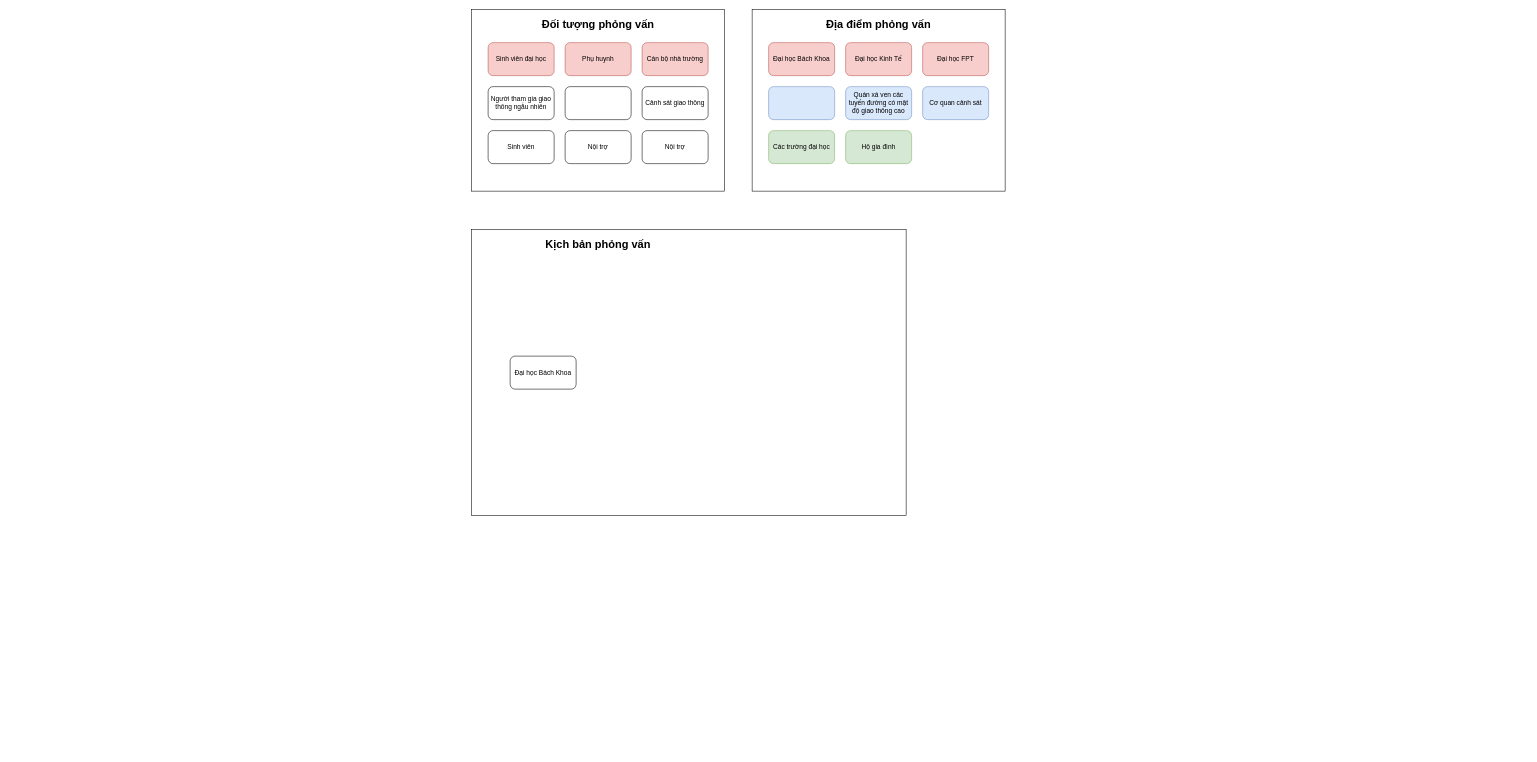
The draw.io diagram Untitled Diagram.drawio in lukas0173/Draw.io, before the edit. Source tidied: cells renumbered, new cells numbered last; positions are measured from the earlier drawing's top-left corner, leaving out a move shared by most shapes. Both pictures are drawn from the tidied source at 55%, with x=0, y=0 at pixel (471, 9).
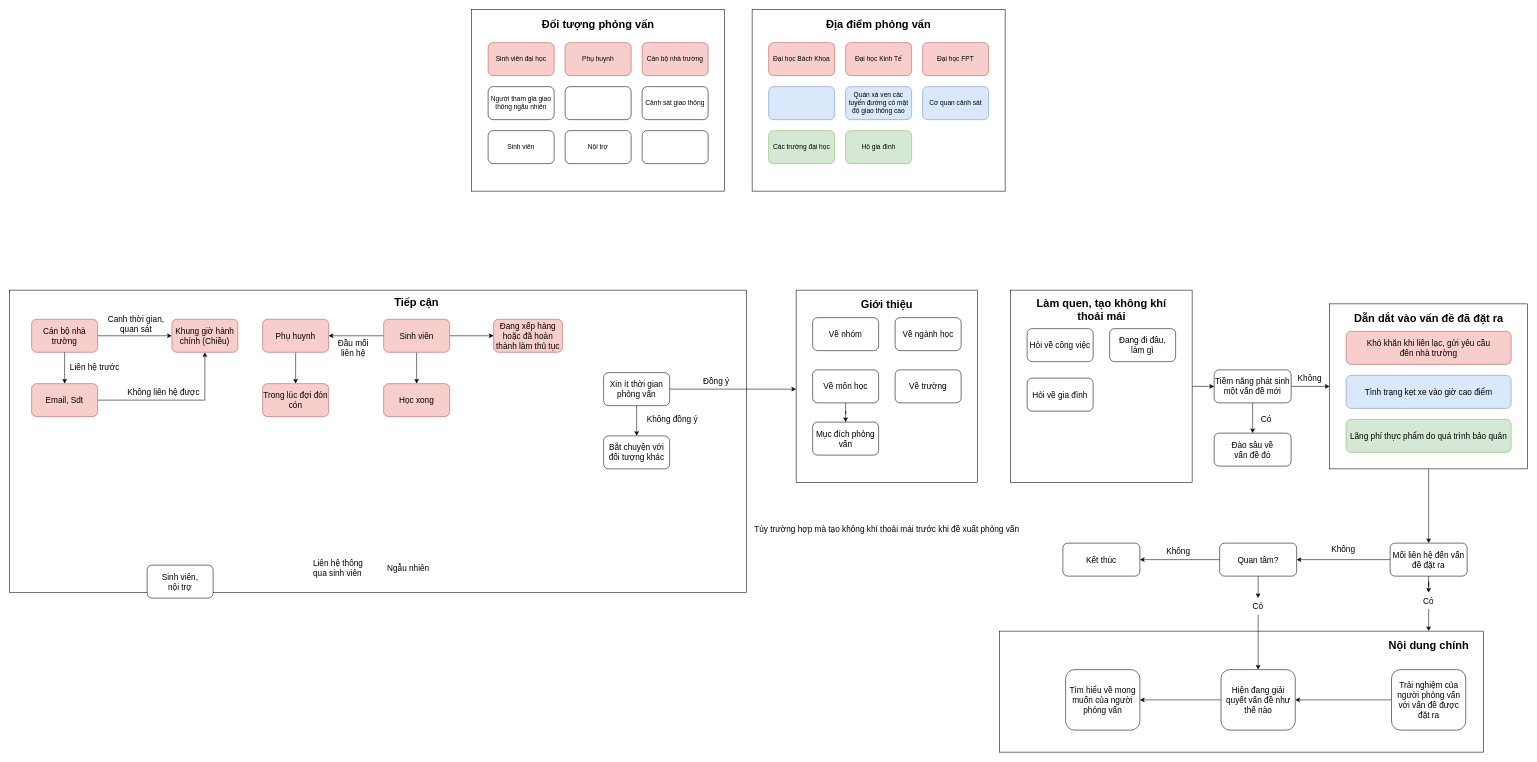
After the change.

The edit, as a diff of the source:
```diff
@@
-    <mxCell id="2" style="rounded=0;whiteSpace=wrap;html=1;" parent="1" vertex="1">
-      <mxGeometry y="400" width="790" height="520" as="geometry" />
-    </mxCell>
@@
-    <mxCell id="23" value="Nội trợ" style="rounded=1;whiteSpace=wrap;html=1;" parent="1" vertex="1">
+    <mxCell id="23" style="rounded=1;whiteSpace=wrap;html=1;" parent="1" vertex="1">
       <mxGeometry x="310" y="220" width="120" height="60" as="geometry" />
     </mxCell>
-    <mxCell id="24" value="&lt;span style=&quot;font-size: 20px;&quot;&gt;Kịch bản phỏng vấn&lt;/span&gt;" style="text;html=1;align=center;verticalAlign=middle;whiteSpace=wrap;rounded=0;fontStyle=1;" parent="1" vertex="1">
-      <mxGeometry x="120" y="410" width="220" height="30" as="geometry" />
-    </mxCell>
-    <mxCell id="25" value="Đại học Bách Khoa" style="rounded=1;whiteSpace=wrap;html=1;" parent="1" vertex="1">
-      <mxGeometry x="70" y="630" width="120" height="60" as="geometry" />
-    </mxCell>
+    <mxCell id="26" style="rounded=0;whiteSpace=wrap;html=1;" parent="1" vertex="1">
+      <mxGeometry x="-840" y="510" width="1340" height="550" as="geometry" />
+    </mxCell>
+    <mxCell id="27" value="&lt;span style=&quot;font-size: 20px;&quot;&gt;Tiếp cận&lt;/span&gt;" style="text;html=1;align=center;verticalAlign=middle;whiteSpace=wrap;rounded=0;fontStyle=1;" parent="1" vertex="1">
+      <mxGeometry x="-210" y="516" width="220" height="30" as="geometry" />
+    </mxCell>
+    <mxCell id="28" value="Sinh viên,&lt;div&gt;nội trợ&lt;/div&gt;" style="rounded=1;whiteSpace=wrap;html=1;fontSize=15;" parent="1" vertex="1">
+      <mxGeometry x="-590" y="1010" width="120" height="60" as="geometry" />
+    </mxCell>
+    <mxCell id="29" style="edgeStyle=orthogonalEdgeStyle;rounded=0;jettySize=auto;html=1;" parent="1" edge="1" source="30" target="98">
+      <mxGeometry relative="1" as="geometry" />
+    </mxCell>
+    <mxCell id="30" value="Phụ huynh" style="rounded=1;whiteSpace=wrap;html=1;fontSize=15;fillColor=#f8cecc;strokeColor=#b85450;" parent="1" vertex="1">
+      <mxGeometry x="-380" y="563" width="120" height="60" as="geometry" />
+    </mxCell>
+    <mxCell id="31" value="Ngẫu nhiên" style="text;html=1;align=center;verticalAlign=middle;whiteSpace=wrap;rounded=0;fontSize=15;" parent="1" vertex="1">
+      <mxGeometry x="-170" y="1000" width="110" height="30" as="geometry" />
+    </mxCell>
+    <mxCell id="32" value="Liên hệ thông qua sinh viên" style="text;html=1;align=left;verticalAlign=middle;whiteSpace=wrap;rounded=0;fontSize=15;" parent="1" vertex="1">
+      <mxGeometry x="-290" y="1000" width="110" height="30" as="geometry" />
+    </mxCell>
+    <mxCell id="33" value="Đầu mối&lt;div&gt;liên hệ&lt;/div&gt;" style="text;html=1;align=center;verticalAlign=middle;whiteSpace=wrap;rounded=0;fontSize=15;" parent="1" vertex="1">
+      <mxGeometry x="-270" y="600" width="110" height="30" as="geometry" />
+    </mxCell>
+    <mxCell id="34" style="rounded=0;whiteSpace=wrap;html=1;" parent="1" vertex="1">
+      <mxGeometry x="590" y="510" width="330" height="350" as="geometry" />
+    </mxCell>
+    <mxCell id="35" value="&lt;span style=&quot;font-size: 20px;&quot;&gt;Giới thiệu&lt;/span&gt;" style="text;html=1;align=center;verticalAlign=middle;whiteSpace=wrap;rounded=0;fontStyle=1;" parent="1" vertex="1">
+      <mxGeometry x="645" y="520" width="220" height="30" as="geometry" />
+    </mxCell>
+    <mxCell id="36" style="edgeStyle=orthogonalEdgeStyle;rounded=0;orthogonalLoop=1;jettySize=auto;html=1;entryX=0;entryY=0.5;entryDx=0;entryDy=0;" parent="1" edge="1">
+      <mxGeometry relative="1" as="geometry">
+        <mxPoint x="440" y="690" as="sourcePoint" />
+      </mxGeometry>
+    </mxCell>
+    <mxCell id="37" style="edgeStyle=orthogonalEdgeStyle;rounded=0;orthogonalLoop=1;jettySize=auto;html=1;entryX=0;entryY=0.5;entryDx=0;entryDy=0;" parent="1" edge="1">
+      <mxGeometry relative="1" as="geometry">
+        <mxPoint x="740" y="800" as="sourcePoint" />
+      </mxGeometry>
+    </mxCell>
+    <mxCell id="38" value="Về nhóm" style="rounded=1;whiteSpace=wrap;html=1;fontSize=15;" parent="1" vertex="1">
+      <mxGeometry x="620" y="560" width="120" height="60" as="geometry" />
+    </mxCell>
+    <mxCell id="39" value="Về ngành học" style="rounded=1;whiteSpace=wrap;html=1;fontSize=15;" parent="1" vertex="1">
+      <mxGeometry x="770" y="560" width="120" height="60" as="geometry" />
+    </mxCell>
+    <mxCell id="40" style="edgeStyle=orthogonalEdgeStyle;rounded=0;orthogonalLoop=1;jettySize=auto;html=1;entryX=0;entryY=0.5;entryDx=0;entryDy=0;" parent="1" edge="1">
+      <mxGeometry relative="1" as="geometry">
+        <mxPoint x="430" y="800" as="sourcePoint" />
+      </mxGeometry>
+    </mxCell>
+    <mxCell id="41" style="edgeStyle=orthogonalEdgeStyle;rounded=0;jettySize=auto;html=1;" parent="1" edge="1" source="43">
+      <mxGeometry relative="1" as="geometry">
+        <mxPoint x="590" y="690" as="targetPoint" />
+        <Array as="points">
+          <mxPoint x="590" y="690" />
+        </Array>
+      </mxGeometry>
+    </mxCell>
+    <mxCell id="42" style="edgeStyle=orthogonalEdgeStyle;rounded=0;jettySize=auto;html=1;" parent="1" edge="1" source="43" target="44">
+      <mxGeometry relative="1" as="geometry" />
+    </mxCell>
+    <mxCell id="43" value="Xin ít thời gian&lt;div&gt;&lt;span style=&quot;background-color: transparent; color: light-dark(rgb(0, 0, 0), rgb(255, 255, 255));&quot;&gt;phỏng vấn&lt;/span&gt;&lt;/div&gt;" style="rounded=1;whiteSpace=wrap;html=1;fontSize=15;" parent="1" vertex="1">
+      <mxGeometry x="240" y="660" width="120" height="60" as="geometry" />
+    </mxCell>
+    <mxCell id="44" value="Bắt chuyện với đối tượng khác" style="rounded=1;whiteSpace=wrap;html=1;fontSize=15;" parent="1" vertex="1">
+      <mxGeometry x="240" y="775" width="120" height="60" as="geometry" />
+    </mxCell>
+    <mxCell id="45" value="Đồng ý" style="text;html=1;align=center;verticalAlign=middle;whiteSpace=wrap;rounded=0;fontSize=15;" parent="1" vertex="1">
+      <mxGeometry x="390" y="660" width="110" height="30" as="geometry" />
+    </mxCell>
+    <mxCell id="46" value="Không đồng ý" style="text;html=1;align=center;verticalAlign=middle;whiteSpace=wrap;rounded=0;fontSize=15;" parent="1" vertex="1">
+      <mxGeometry x="310" y="730" width="110" height="30" as="geometry" />
+    </mxCell>
+    <mxCell id="47" value="Về trường" style="rounded=1;whiteSpace=wrap;html=1;fontSize=15;" parent="1" vertex="1">
+      <mxGeometry x="770" y="655" width="120" height="60" as="geometry" />
+    </mxCell>
+    <mxCell id="48" style="edgeStyle=orthogonalEdgeStyle;rounded=0;jettySize=auto;html=1;" parent="1" edge="1" source="49" target="50">
+      <mxGeometry relative="1" as="geometry" />
+    </mxCell>
+    <mxCell id="49" value="Về môn học" style="rounded=1;whiteSpace=wrap;html=1;fontSize=15;" parent="1" vertex="1">
+      <mxGeometry x="620" y="655" width="120" height="60" as="geometry" />
+    </mxCell>
+    <mxCell id="50" value="Mục đích phỏng vấn" style="rounded=1;whiteSpace=wrap;html=1;fontSize=15;" parent="1" vertex="1">
+      <mxGeometry x="620" y="750" width="120" height="60" as="geometry" />
+    </mxCell>
+    <mxCell id="51" style="edgeStyle=orthogonalEdgeStyle;rounded=0;jettySize=auto;html=1;entryX=0;entryY=0.5;entryDx=0;entryDy=0;" parent="1" edge="1" source="52" target="66">
+      <mxGeometry relative="1" as="geometry" />
+    </mxCell>
+    <mxCell id="52" style="rounded=0;whiteSpace=wrap;html=1;" parent="1" vertex="1">
+      <mxGeometry x="980" y="510" width="330" height="350" as="geometry" />
+    </mxCell>
+    <mxCell id="53" value="&lt;span style=&quot;font-size: 20px;&quot;&gt;Làm quen, tạo không khí thoải mái&lt;/span&gt;" style="text;html=1;align=center;verticalAlign=middle;whiteSpace=wrap;rounded=0;fontStyle=1;" parent="1" vertex="1">
+      <mxGeometry x="1017.5" y="530" width="255" height="30" as="geometry" />
+    </mxCell>
+    <mxCell id="54" value="Hỏi về công việc" style="rounded=1;whiteSpace=wrap;html=1;fontSize=15;" parent="1" vertex="1">
+      <mxGeometry x="1010" y="580" width="120" height="60" as="geometry" />
+    </mxCell>
+    <mxCell id="55" value="Đang đi đâu,&lt;div&gt;làm gì&lt;/div&gt;" style="rounded=1;whiteSpace=wrap;html=1;fontSize=15;" parent="1" vertex="1">
+      <mxGeometry x="1160" y="580" width="120" height="60" as="geometry" />
+    </mxCell>
+    <mxCell id="56" value="Tùy trường hợp mà tạo không khí thoải mái trước khi đề xuất phỏng vấn" style="text;html=1;align=center;verticalAlign=middle;whiteSpace=wrap;rounded=0;fontSize=15;" parent="1" vertex="1">
+      <mxGeometry x="470" y="930" width="570" height="30" as="geometry" />
+    </mxCell>
+    <mxCell id="57" value="Hỏi về gia đình" style="rounded=1;whiteSpace=wrap;html=1;fontSize=15;" parent="1" vertex="1">
+      <mxGeometry x="1010" y="670" width="120" height="60" as="geometry" />
+    </mxCell>
+    <mxCell id="58" style="edgeStyle=orthogonalEdgeStyle;rounded=0;jettySize=auto;html=1;" parent="1" edge="1" source="59" target="76">
+      <mxGeometry relative="1" as="geometry" />
+    </mxCell>
+    <mxCell id="59" style="rounded=0;whiteSpace=wrap;html=1;" parent="1" vertex="1">
+      <mxGeometry x="1560" y="535" width="360" height="300" as="geometry" />
+    </mxCell>
+    <mxCell id="60" value="&lt;span style=&quot;font-size: 20px;&quot;&gt;Dẫn dắt vào vấn đề đã đặt ra&lt;/span&gt;" style="text;html=1;align=center;verticalAlign=middle;whiteSpace=wrap;rounded=0;fontStyle=1;" parent="1" vertex="1">
+      <mxGeometry x="1593.8" y="546" width="292.5" height="30" as="geometry" />
+    </mxCell>
+    <mxCell id="61" value="Khó khăn khi liên lạc, gửi yêu cầu&lt;div&gt;đến nhà trường&lt;/div&gt;" style="rounded=1;whiteSpace=wrap;html=1;fillColor=#f8cecc;strokeColor=#b85450;fontSize=15;" parent="1" vertex="1">
+      <mxGeometry x="1590" y="585" width="300" height="60" as="geometry" />
+    </mxCell>
+    <mxCell id="62" value="Lãng phí thực phẩm do quá trình bảo quản" style="rounded=1;whiteSpace=wrap;html=1;fillColor=#d5e8d4;strokeColor=#82b366;fontSize=15;" parent="1" vertex="1">
+      <mxGeometry x="1590" y="745" width="300" height="60" as="geometry" />
+    </mxCell>
+    <mxCell id="63" value="Tình trạng kẹt xe vào giờ cao điểm" style="rounded=1;whiteSpace=wrap;html=1;fillColor=#dae8fc;strokeColor=#6c8ebf;fontSize=15;" parent="1" vertex="1">
+      <mxGeometry x="1590" y="665" width="300" height="60" as="geometry" />
+    </mxCell>
+    <mxCell id="64" style="edgeStyle=orthogonalEdgeStyle;rounded=0;jettySize=auto;html=1;" parent="1" edge="1" source="66" target="67">
+      <mxGeometry relative="1" as="geometry" />
+    </mxCell>
+    <mxCell id="65" style="edgeStyle=orthogonalEdgeStyle;rounded=0;jettySize=auto;html=1;entryX=0;entryY=0.5;entryDx=0;entryDy=0;" parent="1" edge="1" source="66" target="59">
+      <mxGeometry relative="1" as="geometry" />
+    </mxCell>
+    <mxCell id="66" value="Tiềm năng phát sinh một vấn đề mới" style="rounded=1;whiteSpace=wrap;html=1;fontSize=15;" parent="1" vertex="1">
+      <mxGeometry x="1350" y="655" width="140" height="60" as="geometry" />
+    </mxCell>
+    <mxCell id="67" value="Đào sâu về&lt;div&gt;vấn đề đó&lt;/div&gt;" style="rounded=1;whiteSpace=wrap;html=1;fontSize=15;" parent="1" vertex="1">
+      <mxGeometry x="1350" y="770" width="140" height="60" as="geometry" />
+    </mxCell>
+    <mxCell id="68" value="Có" style="text;html=1;align=center;verticalAlign=middle;whiteSpace=wrap;rounded=0;fontSize=15;" parent="1" vertex="1">
+      <mxGeometry x="1390" y="730" width="110" height="30" as="geometry" />
+    </mxCell>
+    <mxCell id="69" value="Không" style="text;html=1;align=center;verticalAlign=middle;whiteSpace=wrap;rounded=0;fontSize=15;" parent="1" vertex="1">
+      <mxGeometry x="1468.8" y="655" width="110" height="30" as="geometry" />
+    </mxCell>
+    <mxCell id="70" style="edgeStyle=orthogonalEdgeStyle;rounded=0;orthogonalLoop=1;jettySize=auto;html=1;exitX=0.5;exitY=1;exitDx=0;exitDy=0;" parent="1" edge="1" source="61" target="61">
+      <mxGeometry relative="1" as="geometry" />
+    </mxCell>
+    <mxCell id="71" style="rounded=0;whiteSpace=wrap;html=1;" parent="1" vertex="1">
+      <mxGeometry x="960" y="1130" width="880" height="220" as="geometry" />
+    </mxCell>
+    <mxCell id="72" value="&lt;span style=&quot;font-size: 20px;&quot;&gt;Nội dung chính&lt;/span&gt;" style="text;html=1;align=center;verticalAlign=middle;whiteSpace=wrap;rounded=0;fontStyle=1;" parent="1" vertex="1">
+      <mxGeometry x="1593.8" y="1140" width="292.5" height="30" as="geometry" />
+    </mxCell>
+    <mxCell id="73" style="edgeStyle=orthogonalEdgeStyle;rounded=0;orthogonalLoop=1;jettySize=auto;html=1;exitX=0.5;exitY=1;exitDx=0;exitDy=0;" parent="1" edge="1">
+      <mxGeometry relative="1" as="geometry">
+        <mxPoint x="1740" y="1240" as="sourcePoint" />
+        <mxPoint x="1740" y="1240" as="targetPoint" />
+      </mxGeometry>
+    </mxCell>
+    <mxCell id="74" style="edgeStyle=orthogonalEdgeStyle;rounded=0;jettySize=auto;html=1;" parent="1" edge="1" source="78">
+      <mxGeometry relative="1" as="geometry">
+        <mxPoint x="1740" y="1130" as="targetPoint" />
+      </mxGeometry>
+    </mxCell>
+    <mxCell id="75" style="edgeStyle=orthogonalEdgeStyle;rounded=0;jettySize=auto;html=1;entryX=1;entryY=0.5;entryDx=0;entryDy=0;" parent="1" edge="1" source="76" target="81">
+      <mxGeometry relative="1" as="geometry" />
+    </mxCell>
+    <mxCell id="76" value="Mối liên hệ đến vấn đề đặt ra" style="rounded=1;whiteSpace=wrap;html=1;fontSize=15;" parent="1" vertex="1">
+      <mxGeometry x="1670" y="970" width="140" height="60" as="geometry" />
+    </mxCell>
+    <mxCell id="77" style="edgeStyle=orthogonalEdgeStyle;rounded=0;jettySize=auto;html=1;entryX=0.5;entryY=0;entryDx=0;entryDy=0;" parent="1" edge="1" source="76" target="78">
+      <mxGeometry relative="1" as="geometry" />
+    </mxCell>
+    <mxCell id="78" value="Có" style="text;html=1;align=center;verticalAlign=middle;whiteSpace=wrap;rounded=0;fontSize=15;" parent="1" vertex="1">
+      <mxGeometry x="1685" y="1060" width="110" height="30" as="geometry" />
+    </mxCell>
+    <mxCell id="79" style="edgeStyle=orthogonalEdgeStyle;rounded=0;jettySize=auto;html=1;entryX=1;entryY=0.5;entryDx=0;entryDy=0;" parent="1" edge="1" source="81" target="83">
+      <mxGeometry relative="1" as="geometry" />
+    </mxCell>
+    <mxCell id="80" style="edgeStyle=orthogonalEdgeStyle;rounded=0;jettySize=auto;html=1;entryX=0.5;entryY=0;entryDx=0;entryDy=0;" parent="1" edge="1" source="90" target="88">
+      <mxGeometry relative="1" as="geometry" />
+    </mxCell>
+    <mxCell id="81" value="Quan tâm?" style="rounded=1;whiteSpace=wrap;html=1;fontSize=15;" parent="1" vertex="1">
+      <mxGeometry x="1360" y="970" width="140" height="60" as="geometry" />
+    </mxCell>
+    <mxCell id="82" value="Không" style="text;html=1;align=center;verticalAlign=middle;whiteSpace=wrap;rounded=0;fontSize=15;" parent="1" vertex="1">
+      <mxGeometry x="1530" y="965" width="110" height="30" as="geometry" />
+    </mxCell>
+    <mxCell id="83" value="Kết thúc" style="rounded=1;whiteSpace=wrap;html=1;fontSize=15;" parent="1" vertex="1">
+      <mxGeometry x="1075" y="970" width="140" height="60" as="geometry" />
+    </mxCell>
+    <mxCell id="84" value="Không" style="text;html=1;align=center;verticalAlign=middle;whiteSpace=wrap;rounded=0;fontSize=15;" parent="1" vertex="1">
+      <mxGeometry x="1230" y="970" width="110" height="30" as="geometry" />
+    </mxCell>
+    <mxCell id="85" style="edgeStyle=orthogonalEdgeStyle;rounded=0;jettySize=auto;html=1;entryX=1;entryY=0.5;entryDx=0;entryDy=0;" parent="1" edge="1" source="86" target="88">
+      <mxGeometry relative="1" as="geometry" />
+    </mxCell>
+    <mxCell id="86" value="Trải nghiệm của người phỏng vấn với vấn đề được đặt ra" style="rounded=1;whiteSpace=wrap;html=1;fontSize=15;" parent="1" vertex="1">
+      <mxGeometry x="1672.5" y="1200" width="135" height="110" as="geometry" />
+    </mxCell>
+    <mxCell id="87" style="edgeStyle=orthogonalEdgeStyle;rounded=0;jettySize=auto;html=1;" parent="1" edge="1" source="88" target="91">
+      <mxGeometry relative="1" as="geometry" />
+    </mxCell>
+    <mxCell id="88" value="Hiện đang giải quyết vấn đề như thế nào" style="rounded=1;whiteSpace=wrap;html=1;fontSize=15;" parent="1" vertex="1">
+      <mxGeometry x="1362.5" y="1200" width="135" height="110" as="geometry" />
+    </mxCell>
+    <mxCell id="89" style="edgeStyle=orthogonalEdgeStyle;rounded=0;jettySize=auto;html=1;entryX=0.5;entryY=0;entryDx=0;entryDy=0;" parent="1" edge="1" source="81" target="90">
+      <mxGeometry relative="1" as="geometry" />
+    </mxCell>
+    <mxCell id="90" value="Có" style="text;html=1;align=center;verticalAlign=middle;whiteSpace=wrap;rounded=0;fontSize=15;" parent="1" vertex="1">
+      <mxGeometry x="1375" y="1070" width="110" height="30" as="geometry" />
+    </mxCell>
+    <mxCell id="91" value="Tìm hiểu về mong muốn của người phỏng vấn" style="rounded=1;whiteSpace=wrap;html=1;fontSize=15;" parent="1" vertex="1">
+      <mxGeometry x="1080" y="1200" width="135" height="110" as="geometry" />
+    </mxCell>
+    <mxCell id="92" style="edgeStyle=orthogonalEdgeStyle;rounded=0;jettySize=auto;html=1;entryX=0;entryY=0.5;entryDx=0;entryDy=0;" parent="1" edge="1" source="95" target="96">
+      <mxGeometry relative="1" as="geometry" />
+    </mxCell>
+    <mxCell id="93" style="edgeStyle=orthogonalEdgeStyle;rounded=0;jettySize=auto;html=1;entryX=0.5;entryY=0;entryDx=0;entryDy=0;" parent="1" edge="1" source="95" target="97">
+      <mxGeometry relative="1" as="geometry" />
+    </mxCell>
+    <mxCell id="94" style="edgeStyle=orthogonalEdgeStyle;rounded=0;jettySize=auto;html=1;entryX=1;entryY=0.5;entryDx=0;entryDy=0;" parent="1" edge="1" source="95" target="30">
+      <mxGeometry relative="1" as="geometry" />
+    </mxCell>
+    <mxCell id="95" value="Sinh viên" style="rounded=1;whiteSpace=wrap;html=1;fontSize=15;fillColor=#f8cecc;strokeColor=#b85450;" parent="1" vertex="1">
+      <mxGeometry x="-160" y="563" width="120" height="60" as="geometry" />
+    </mxCell>
+    <mxCell id="96" value="Đang xếp hàng hoặc đã hoàn thành làm thủ tục" style="rounded=1;whiteSpace=wrap;html=1;fontSize=15;fillColor=#f8cecc;strokeColor=#b85450;" parent="1" vertex="1">
+      <mxGeometry x="40" y="563" width="125" height="60" as="geometry" />
+    </mxCell>
+    <mxCell id="97" value="Học xong" style="rounded=1;whiteSpace=wrap;html=1;fontSize=15;fillColor=#f8cecc;strokeColor=#b85450;" parent="1" vertex="1">
+      <mxGeometry x="-160" y="680" width="120" height="60" as="geometry" />
+    </mxCell>
+    <mxCell id="98" value="Trong lúc đợi đón cón" style="rounded=1;whiteSpace=wrap;html=1;fontSize=15;fillColor=#f8cecc;strokeColor=#b85450;" parent="1" vertex="1">
+      <mxGeometry x="-380" y="680" width="120" height="60" as="geometry" />
+    </mxCell>
+    <mxCell id="99" style="group;" parent="1" vertex="1">
+      <mxGeometry x="-800" y="557" width="375" height="183" as="geometry" />
+    </mxCell>
+    <mxCell id="100" value="Cán bộ nhà trường" style="rounded=1;whiteSpace=wrap;html=1;fontSize=15;fillColor=#f8cecc;strokeColor=#b85450;" parent="99" vertex="1">
+      <mxGeometry y="6" width="120" height="60" as="geometry" />
+    </mxCell>
+    <mxCell id="101" value="Canh thời gian, quan sát" style="text;html=1;align=center;verticalAlign=middle;whiteSpace=wrap;rounded=0;fontSize=15;" parent="99" vertex="1">
+      <mxGeometry x="125" width="130" height="30" as="geometry" />
+    </mxCell>
+    <mxCell id="102" value="Khung giờ hành chính (Chiều)" style="rounded=1;whiteSpace=wrap;html=1;fontSize=15;fillColor=#f8cecc;strokeColor=#b85450;" parent="99" vertex="1">
+      <mxGeometry x="255" y="6" width="120" height="60" as="geometry" />
+    </mxCell>
+    <mxCell id="103" value="Email, Sdt" style="rounded=1;whiteSpace=wrap;html=1;fontSize=15;fillColor=#f8cecc;strokeColor=#b85450;" parent="99" vertex="1">
+      <mxGeometry y="123" width="120" height="60" as="geometry" />
+    </mxCell>
+    <mxCell id="104" value="Liên hệ trước" style="text;html=1;align=center;verticalAlign=middle;whiteSpace=wrap;rounded=0;fontSize=15;" parent="99" vertex="1">
+      <mxGeometry x="50" y="78" width="130" height="30" as="geometry" />
+    </mxCell>
+    <mxCell id="105" value="Không liên hệ được" style="text;html=1;align=center;verticalAlign=middle;whiteSpace=wrap;rounded=0;fontSize=15;" parent="99" vertex="1">
+      <mxGeometry x="160" y="123" width="160" height="30" as="geometry" />
+    </mxCell>
+    <mxCell id="106" style="edgeStyle=orthogonalEdgeStyle;rounded=0;jettySize=auto;html=1;" parent="99" edge="1" source="100" target="102">
+      <mxGeometry relative="1" as="geometry" />
+    </mxCell>
+    <mxCell id="107" style="edgeStyle=orthogonalEdgeStyle;rounded=0;jettySize=auto;html=1;entryX=0.5;entryY=0;entryDx=0;entryDy=0;" parent="99" edge="1" source="100" target="103">
+      <mxGeometry relative="1" as="geometry" />
+    </mxCell>
+    <mxCell id="108" style="edgeStyle=orthogonalEdgeStyle;rounded=0;jettySize=auto;html=1;entryX=0.5;entryY=1;entryDx=0;entryDy=0;" parent="99" edge="1" source="103" target="102">
+      <mxGeometry relative="1" as="geometry" />
+    </mxCell>
+    <mxCell id="109" style="edgeStyle=orthogonalEdgeStyle;rounded=0;orthogonalLoop=1;jettySize=auto;html=1;exitX=0.5;exitY=1;exitDx=0;exitDy=0;" parent="99" edge="1" source="105" target="105">
+      <mxGeometry relative="1" as="geometry" />
+    </mxCell>
```
